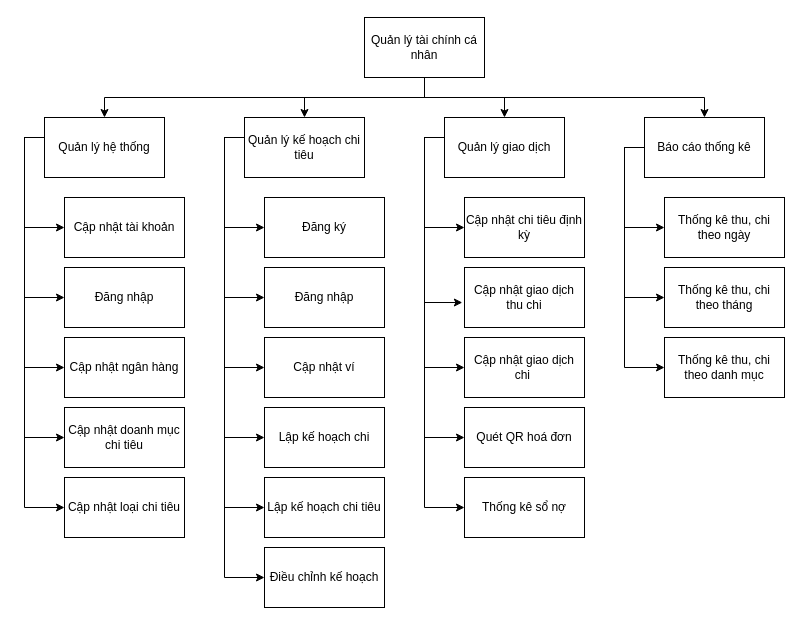
The draw.io diagram DacTaPhanMem/hiep_tran/Sơ đồ phân rã chức năng.drawio in TranHuyHiep/Nam4_KyI, before the edit. Source tidied: cells renumbered, new cells numbered last; positions are measured from the earlier drawing's top-left corner, leaving out a move shared by most shapes. Both pictures are drawn from the tidied source at 100%, with x=0, y=0 at pixel (24, 17).
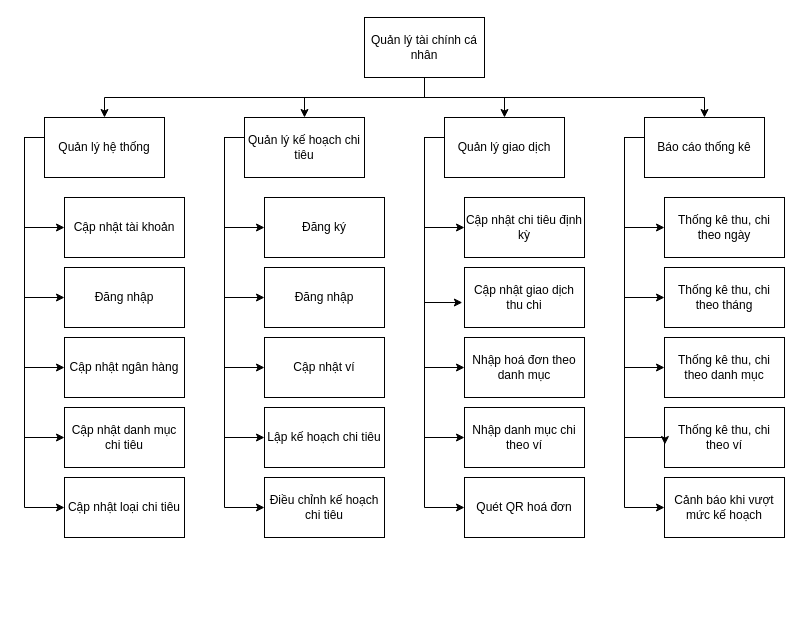
The same page after the edit.

Unchanged cells that the change refers to:
```xml
<mxCell id="19" value="Quản lý kế hoạch chi tiêu" style="rounded=0;whiteSpace=wrap;html=1;" parent="1" vertex="1">
  <mxGeometry x="220" y="100" width="120" height="60" as="geometry" />
</mxCell>
<mxCell id="25" value="Quản lý giao dịch" style="rounded=0;whiteSpace=wrap;html=1;" parent="1" vertex="1">
  <mxGeometry x="420" y="100" width="120" height="60" as="geometry" />
</mxCell>
<mxCell id="45" value="Báo cáo thống kê" style="rounded=0;whiteSpace=wrap;html=1;" parent="1" vertex="1">
  <mxGeometry x="620" y="100" width="120" height="60" as="geometry" />
</mxCell>
<mxCell id="46" value="Thống kê thu, chi theo ngày" style="rounded=0;whiteSpace=wrap;html=1;" parent="1" vertex="1">
  <mxGeometry x="640" y="180" width="120" height="60" as="geometry" />
</mxCell>
<mxCell id="48" value="Thống kê thu, chi theo tháng" style="rounded=0;whiteSpace=wrap;html=1;" parent="1" vertex="1">
  <mxGeometry x="640" y="250" width="120" height="60" as="geometry" />
</mxCell>
<mxCell id="49" value="Thống kê thu, chi theo danh mục" style="rounded=0;whiteSpace=wrap;html=1;" parent="1" vertex="1">
  <mxGeometry x="640" y="320" width="120" height="60" as="geometry" />
</mxCell>
```

Change to the diagram source:
```diff
@@
-    <mxCell id="16" style="edgeStyle=orthogonalEdgeStyle;rounded=0;jettySize=auto;html=1;entryX=0;entryY=0.5;entryDx=0;entryDy=0;" parent="1" edge="1" source="19" target="34">
-      <mxGeometry relative="1" as="geometry">
-        <Array as="points">
-          <mxPoint x="200" y="120" />
-          <mxPoint x="200" y="420" />
-        </Array>
-      </mxGeometry>
-    </mxCell>
     <mxCell id="17" style="edgeStyle=orthogonalEdgeStyle;rounded=0;jettySize=auto;html=1;entryX=0;entryY=0.5;entryDx=0;entryDy=0;" parent="1" edge="1" source="19" target="38">
       <mxGeometry relative="1" as="geometry">
         <Array as="points">
           <mxPoint x="200" y="120" />
-          <mxPoint x="200" y="490" />
+          <mxPoint x="200" y="420" />
         </Array>
       </mxGeometry>
     </mxCell>
     <mxCell id="18" style="edgeStyle=orthogonalEdgeStyle;rounded=0;jettySize=auto;html=1;entryX=0;entryY=0.5;entryDx=0;entryDy=0;" parent="1" edge="1" source="19" target="41">
       <mxGeometry relative="1" as="geometry">
         <Array as="points">
           <mxPoint x="200" y="120" />
-          <mxPoint x="200" y="560" />
+          <mxPoint x="200" y="490" />
         </Array>
       </mxGeometry>
     </mxCell>
@@
     <mxCell id="23" style="edgeStyle=orthogonalEdgeStyle;rounded=0;jettySize=auto;html=1;entryX=0;entryY=0.5;entryDx=0;entryDy=0;" parent="1" edge="1" source="25" target="33">
       <mxGeometry relative="1" as="geometry">
         <Array as="points">
           <mxPoint x="400" y="120" />
-          <mxPoint x="400" y="420" />
+          <mxPoint x="400" y="490" />
         </Array>
       </mxGeometry>
     </mxCell>
-    <mxCell id="24" style="edgeStyle=orthogonalEdgeStyle;rounded=0;jettySize=auto;html=1;entryX=0;entryY=0.5;entryDx=0;entryDy=0;" parent="1" edge="1" source="25" target="39">
-      <mxGeometry relative="1" as="geometry">
-        <Array as="points">
-          <mxPoint x="400" y="120" />
-          <mxPoint x="400" y="490" />
-        </Array>
-      </mxGeometry>
-    </mxCell>
+    <mxCell id="50" style="edgeStyle=orthogonalEdgeStyle;rounded=0;jettySize=auto;html=1;entryX=0;entryY=0.5;entryDx=0;entryDy=0;" parent="1" edge="1" source="25" target="53">
+      <mxGeometry relative="1" as="geometry">
+        <Array as="points">
+          <mxPoint x="400" y="120" />
+          <mxPoint x="400" y="420" />
+        </Array>
+      </mxGeometry>
+    </mxCell>
@@
-    <mxCell id="26" value="Cập nhật doanh mục chi tiêu" style="rounded=0;whiteSpace=wrap;html=1;" parent="1" vertex="1">
+    <mxCell id="26" value="Cập nhật danh mục chi tiêu" style="rounded=0;whiteSpace=wrap;html=1;" parent="1" vertex="1">
       <mxGeometry x="40" y="390" width="120" height="60" as="geometry" />
     </mxCell>
@@
-    <mxCell id="32" value="Cập nhật giao dịch chi&amp;nbsp;" style="rounded=0;whiteSpace=wrap;html=1;" parent="1" vertex="1">
+    <mxCell id="32" value="Nhập hoá đơn theo danh mục" style="rounded=0;whiteSpace=wrap;html=1;" parent="1" vertex="1">
       <mxGeometry x="440" y="320" width="120" height="60" as="geometry" />
     </mxCell>
     <mxCell id="33" value="Quét QR hoá đơn" style="rounded=0;whiteSpace=wrap;html=1;" parent="1" vertex="1">
-      <mxGeometry x="440" y="390" width="120" height="60" as="geometry" />
+      <mxGeometry x="440" y="460" width="120" height="60" as="geometry" />
     </mxCell>
-    <mxCell id="34" value="Lập kế hoạch chi" style="rounded=0;whiteSpace=wrap;html=1;" parent="1" vertex="1">
-      <mxGeometry x="240" y="390" width="120" height="60" as="geometry" />
-    </mxCell>
@@
     <mxCell id="38" value="Lập kế hoạch chi tiêu" style="rounded=0;whiteSpace=wrap;html=1;" parent="1" vertex="1">
-      <mxGeometry x="240" y="460" width="120" height="60" as="geometry" />
+      <mxGeometry x="240" y="390" width="120" height="60" as="geometry" />
     </mxCell>
-    <mxCell id="39" value="Thống kê sổ nợ" style="rounded=0;whiteSpace=wrap;html=1;" parent="1" vertex="1">
-      <mxGeometry x="440" y="460" width="120" height="60" as="geometry" />
-    </mxCell>
@@
-    <mxCell id="41" value="Điều chỉnh kế hoạch" style="rounded=0;whiteSpace=wrap;html=1;" parent="1" vertex="1">
-      <mxGeometry x="240" y="530" width="120" height="60" as="geometry" />
+    <mxCell id="41" value="Điều chỉnh kế hoạch chi tiêu" style="rounded=0;whiteSpace=wrap;html=1;" parent="1" vertex="1">
+      <mxGeometry x="240" y="460" width="120" height="60" as="geometry" />
     </mxCell>
     <mxCell id="42" style="edgeStyle=orthogonalEdgeStyle;rounded=0;jettySize=auto;html=1;entryX=0;entryY=0.5;entryDx=0;entryDy=0;" parent="1" edge="1" source="45" target="46">
       <mxGeometry relative="1" as="geometry">
         <Array as="points">
-          <mxPoint x="600" y="130" />
+          <mxPoint x="600" y="120" />
           <mxPoint x="600" y="210" />
         </Array>
       </mxGeometry>
     </mxCell>
     <mxCell id="43" style="edgeStyle=orthogonalEdgeStyle;rounded=0;jettySize=auto;html=1;entryX=0;entryY=0.5;entryDx=0;entryDy=0;" parent="1" edge="1" source="45" target="48">
       <mxGeometry relative="1" as="geometry">
         <Array as="points">
-          <mxPoint x="600" y="130" />
+          <mxPoint x="600" y="120" />
           <mxPoint x="600" y="280" />
         </Array>
       </mxGeometry>
     </mxCell>
     <mxCell id="44" style="edgeStyle=orthogonalEdgeStyle;rounded=0;jettySize=auto;html=1;entryX=0;entryY=0.5;entryDx=0;entryDy=0;" parent="1" edge="1" source="45" target="49">
       <mxGeometry relative="1" as="geometry">
         <Array as="points">
-          <mxPoint x="600" y="130" />
+          <mxPoint x="600" y="120" />
           <mxPoint x="600" y="350" />
         </Array>
       </mxGeometry>
     </mxCell>
+    <mxCell id="51" style="edgeStyle=orthogonalEdgeStyle;rounded=0;jettySize=auto;html=1;entryX=0;entryY=0.5;entryDx=0;entryDy=0;" parent="1" edge="1" source="45" target="52">
+      <mxGeometry relative="1" as="geometry">
+        <Array as="points">
+          <mxPoint x="600" y="120" />
+          <mxPoint x="600" y="490" />
+        </Array>
+      </mxGeometry>
+    </mxCell>
@@
+    <mxCell id="52" value="Cảnh báo khi vượt mức kế hoạch" style="rounded=0;whiteSpace=wrap;html=1;" parent="1" vertex="1">
+      <mxGeometry x="640" y="460" width="120" height="60" as="geometry" />
+    </mxCell>
+    <mxCell id="53" value="Nhập danh mục chi theo ví" style="rounded=0;whiteSpace=wrap;html=1;" parent="1" vertex="1">
+      <mxGeometry x="440" y="390" width="120" height="60" as="geometry" />
+    </mxCell>
+    <mxCell id="54" value="Thống kê thu, chi theo ví" style="rounded=0;whiteSpace=wrap;html=1;" parent="1" vertex="1">
+      <mxGeometry x="640" y="390" width="120" height="60" as="geometry" />
+    </mxCell>
+    <mxCell id="55" style="edgeStyle=orthogonalEdgeStyle;rounded=0;jettySize=auto;html=1;entryX=0.003;entryY=0.617;entryDx=0;entryDy=0;entryPerimeter=0;" parent="1" edge="1" source="45" target="54">
+      <mxGeometry relative="1" as="geometry">
+        <Array as="points">
+          <mxPoint x="600" y="120" />
+          <mxPoint x="600" y="420" />
+          <mxPoint x="640" y="420" />
+        </Array>
+      </mxGeometry>
+    </mxCell>
```
